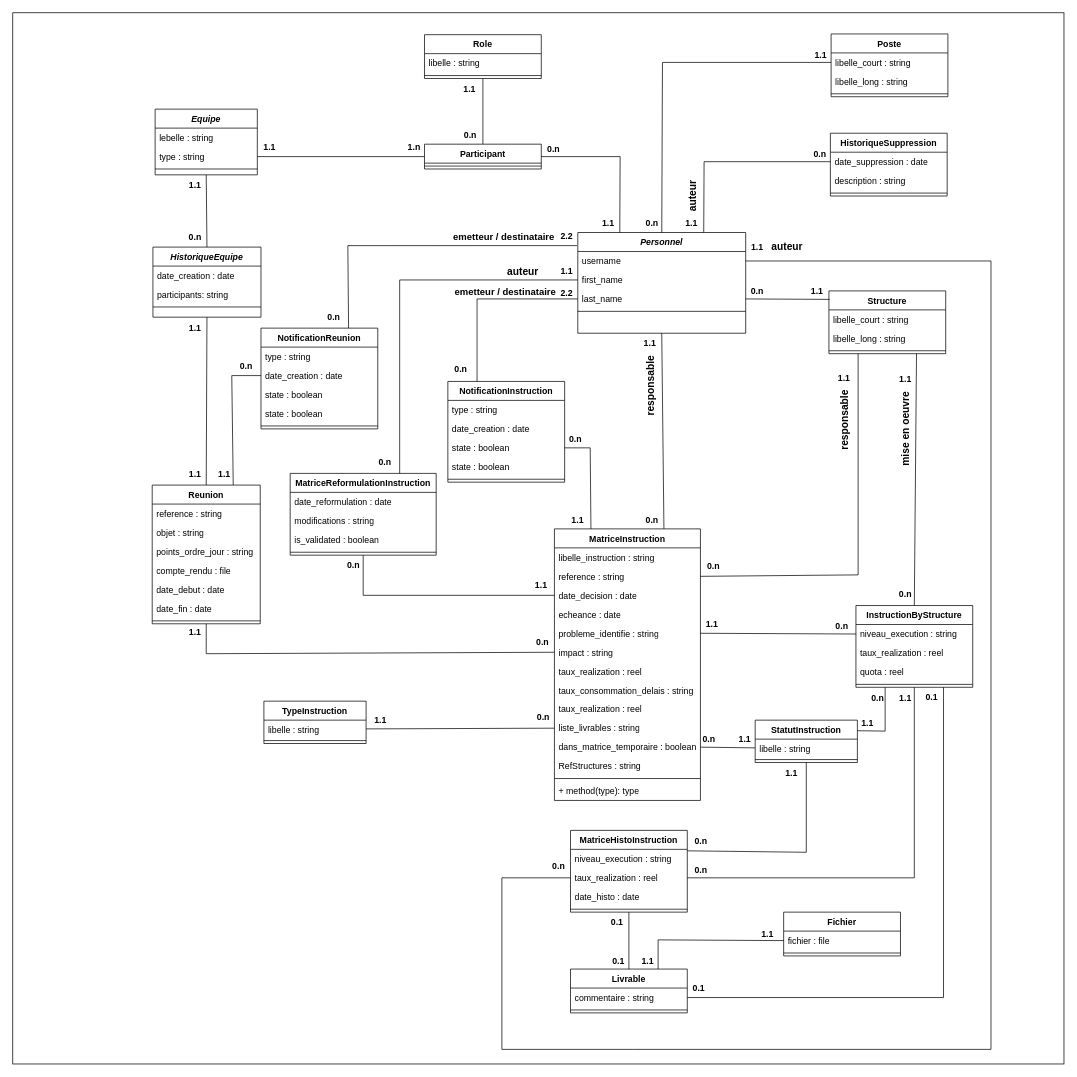
Above: diagramme_classes_technique.drawio in CabrelFeukeng/pp (draw.io), before the change. Source tidied: cells renumbered, new cells numbered last; positions are measured from the earlier drawing's top-left corner, leaving out a move shared by most shapes. Both pictures are drawn from the tidied source at 73%, with x=0, y=0 at pixel (12, 12).
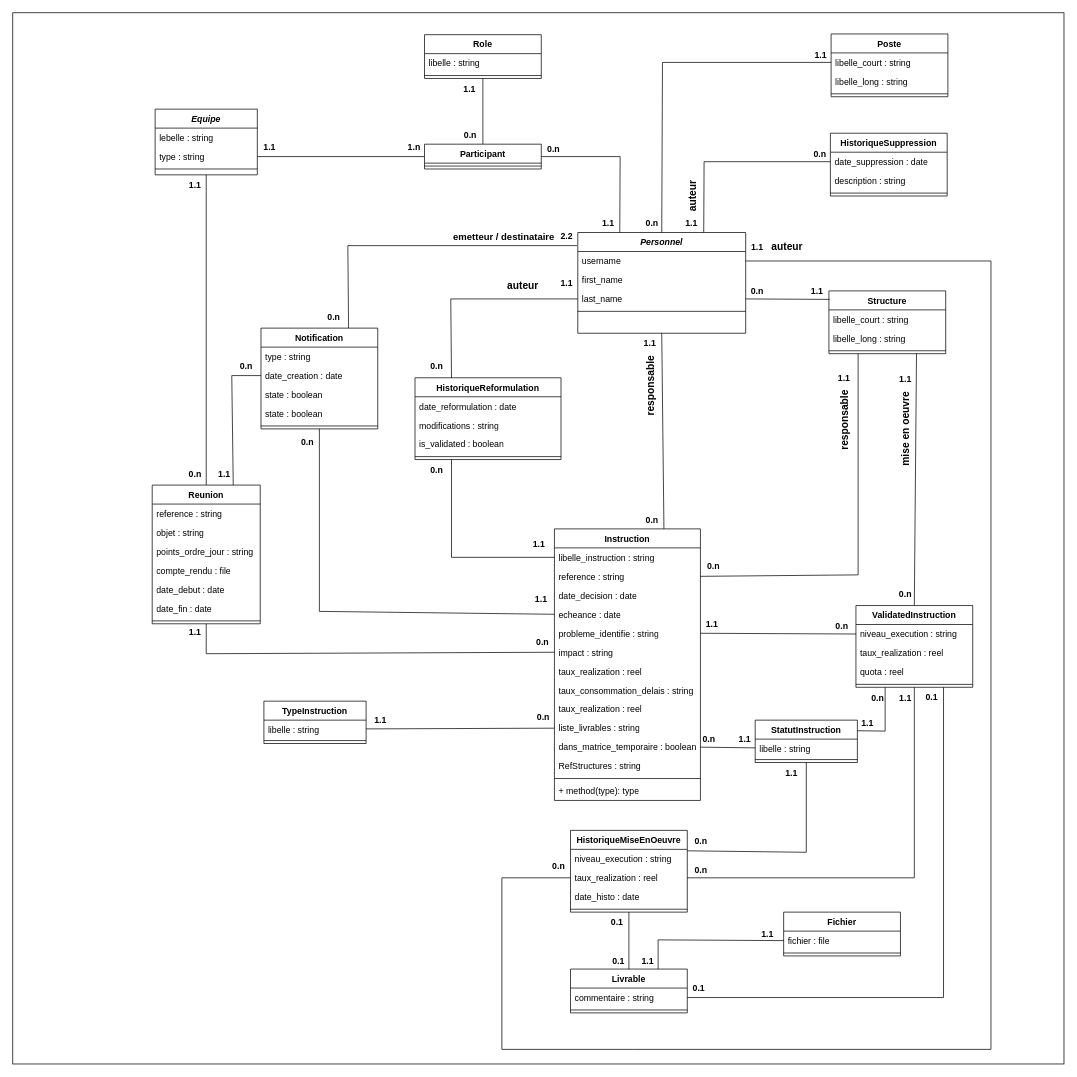
After the change.

Commit message (it also covers changes not shown here):
Mettre à jour diagramme_classes_technique.drawio

Unchanged cells that the change refers to:
```xml
<mxCell id="5" value="first_name" style="text;align=left;verticalAlign=top;spacingLeft=4;spacingRight=4;overflow=hidden;points=[[0,0.5],[1,0.5]];portConstraint=eastwest;rounded=0;shadow=0;html=0;" parent="3" vertex="1">
  <mxGeometry y="52" width="230" height="26" as="geometry" />
</mxCell>
<mxCell id="6" value="last_name" style="text;align=left;verticalAlign=top;spacingLeft=4;spacingRight=4;overflow=hidden;points=[[0,0.5],[1,0.5]];portConstraint=eastwest;rounded=0;shadow=0;html=0;" parent="3" vertex="1">
  <mxGeometry y="78" width="230" height="26" as="geometry" />
</mxCell>
<mxCell id="8" value="Equipe" style="swimlane;fontStyle=3;align=center;verticalAlign=top;horizontal=1;startSize=26;rounded=0;shadow=0;strokeWidth=1;" parent="1" vertex="1">
  <mxGeometry x="195" y="132" width="140" height="90" as="geometry" />
</mxCell>
<mxCell id="16" value="Reunion" style="swimlane;fontStyle=1;align=center;verticalAlign=top;horizontal=1;startSize=26;whiteSpace=wrap;html=1;" parent="1" vertex="1">
  <mxGeometry x="191" y="647" width="148" height="190" as="geometry" />
</mxCell>
<mxCell id="48" value="libelle_instruction : string" style="text;strokeColor=none;fillColor=none;align=left;verticalAlign=top;spacingLeft=4;spacingRight=4;overflow=hidden;points=[[0,0.5],[1,0.5]];portConstraint=eastwest;whiteSpace=wrap;html=1;" parent="47" vertex="1">
  <mxGeometry y="26" width="200" height="26" as="geometry" />
</mxCell>
<mxCell id="50" value="date_decision : date" style="text;strokeColor=none;fillColor=none;align=left;verticalAlign=top;spacingLeft=4;spacingRight=4;overflow=hidden;points=[[0,0.5],[1,0.5]];portConstraint=eastwest;whiteSpace=wrap;html=1;" parent="47" vertex="1">
  <mxGeometry y="78" width="200" height="26" as="geometry" />
</mxCell>
<mxCell id="51" value="echeance : date" style="text;strokeColor=none;fillColor=none;align=left;verticalAlign=top;spacingLeft=4;spacingRight=4;overflow=hidden;points=[[0,0.5],[1,0.5]];portConstraint=eastwest;whiteSpace=wrap;html=1;" parent="47" vertex="1">
  <mxGeometry y="104" width="200" height="26" as="geometry" />
</mxCell>
```

What changed in the source:
```diff
@@
-    <mxCell id="12" value="HistoriqueEquipe" style="swimlane;fontStyle=3;align=center;verticalAlign=top;horizontal=1;startSize=26;rounded=0;shadow=0;strokeWidth=1;" parent="1" vertex="1">
-      <mxGeometry x="192" y="321" width="148" height="96" as="geometry" />
-    </mxCell>
-    <mxCell id="13" value="date_creation : date" style="text;align=left;verticalAlign=top;spacingLeft=4;spacingRight=4;overflow=hidden;" parent="12" vertex="1">
-      <mxGeometry y="26" width="148" height="26" as="geometry" />
-    </mxCell>
-    <mxCell id="14" value="participants: string" style="text;align=left;verticalAlign=top;spacingLeft=4;spacingRight=4;overflow=hidden;rounded=0;shadow=0;html=0;" parent="12" vertex="1">
-      <mxGeometry y="52" width="148" height="26" as="geometry" />
-    </mxCell>
-    <mxCell id="15" style="line;html=1;strokeWidth=1;align=left;verticalAlign=middle;spacingTop=-1;spacingLeft=3;spacingRight=3;labelPosition=right;" parent="12" vertex="1">
-      <mxGeometry y="78" width="148" height="8" as="geometry" />
-    </mxCell>
@@
-    <mxCell id="30" value="NotificationReunion" style="swimlane;fontStyle=1;align=center;verticalAlign=top;horizontal=1;startSize=26;whiteSpace=wrap;html=1;" parent="1" vertex="1">
+    <mxCell id="30" value="Notification" style="swimlane;fontStyle=1;align=center;verticalAlign=top;horizontal=1;startSize=26;whiteSpace=wrap;html=1;" parent="1" vertex="1">
       <mxGeometry x="340" y="432" width="160" height="138" as="geometry" />
     </mxCell>
@@
-    <mxCell id="36" value="NotificationInstruction" style="swimlane;fontStyle=1;align=center;verticalAlign=top;horizontal=1;startSize=26;whiteSpace=wrap;html=1;" parent="1" vertex="1">
-      <mxGeometry x="596" y="505" width="160" height="138" as="geometry" />
-    </mxCell>
-    <mxCell id="37" value="type : string" style="text;strokeColor=none;fillColor=none;align=left;verticalAlign=top;spacingLeft=4;spacingRight=4;overflow=hidden;whiteSpace=wrap;html=1;" parent="36" vertex="1">
-      <mxGeometry y="26" width="160" height="26" as="geometry" />
-    </mxCell>
-    <mxCell id="38" value="date_creation : date" style="text;strokeColor=none;fillColor=none;align=left;verticalAlign=top;spacingLeft=4;spacingRight=4;overflow=hidden;whiteSpace=wrap;html=1;" parent="36" vertex="1">
-      <mxGeometry y="52" width="160" height="26" as="geometry" />
-    </mxCell>
-    <mxCell id="39" value="state : boolean" style="text;strokeColor=none;fillColor=none;align=left;verticalAlign=top;spacingLeft=4;spacingRight=4;overflow=hidden;points=[[0,0.5],[1,0.5]];portConstraint=eastwest;whiteSpace=wrap;html=1;" parent="36" vertex="1">
-      <mxGeometry y="78" width="160" height="26" as="geometry" />
-    </mxCell>
-    <mxCell id="40" value="state : boolean" style="text;strokeColor=none;fillColor=none;align=left;verticalAlign=top;spacingLeft=4;spacingRight=4;overflow=hidden;whiteSpace=wrap;html=1;" parent="36" vertex="1">
-      <mxGeometry y="104" width="160" height="26" as="geometry" />
-    </mxCell>
-    <mxCell id="41" style="line;strokeWidth=1;fillColor=none;align=left;verticalAlign=middle;spacingTop=-1;spacingLeft=3;spacingRight=3;labelPosition=right;strokeColor=inherit;" parent="36" vertex="1">
-      <mxGeometry y="130" width="160" height="8" as="geometry" />
-    </mxCell>
-    <mxCell id="42" value="MatriceReformulationInstruction" style="swimlane;fontStyle=1;align=center;verticalAlign=top;horizontal=1;startSize=26;whiteSpace=wrap;html=1;" parent="1" vertex="1">
-      <mxGeometry x="380" y="631" width="200" height="112" as="geometry" />
+    <mxCell id="42" value="HistoriqueReformulation" style="swimlane;fontStyle=1;align=center;verticalAlign=top;horizontal=1;startSize=26;whiteSpace=wrap;html=1;" parent="1" vertex="1">
+      <mxGeometry x="551" y="500" width="200" height="112" as="geometry" />
     </mxCell>
@@
-    <mxCell id="47" value="MatriceInstruction" style="swimlane;fontStyle=1;align=center;verticalAlign=top;horizontal=1;startSize=26;whiteSpace=wrap;html=1;" parent="1" vertex="1">
+    <mxCell id="47" value="Instruction" style="swimlane;fontStyle=1;align=center;verticalAlign=top;horizontal=1;startSize=26;whiteSpace=wrap;html=1;" parent="1" vertex="1">
       <mxGeometry x="742" y="707" width="200" height="372" as="geometry" />
     </mxCell>
@@
-    <mxCell id="62" value="MatriceHistoInstruction" style="swimlane;fontStyle=1;align=center;verticalAlign=top;horizontal=1;startSize=26;whiteSpace=wrap;html=1;" parent="1" vertex="1">
+    <mxCell id="62" value="HistoriqueMiseEnOeuvre" style="swimlane;fontStyle=1;align=center;verticalAlign=top;horizontal=1;startSize=26;whiteSpace=wrap;html=1;" parent="1" vertex="1">
       <mxGeometry x="764" y="1120" width="160" height="112" as="geometry" />
     </mxCell>
@@
-    <mxCell id="67" value="InstructionByStructure" style="swimlane;fontStyle=1;align=center;verticalAlign=top;horizontal=1;startSize=26;whiteSpace=wrap;html=1;" parent="1" vertex="1">
+    <mxCell id="67" value="ValidatedInstruction" style="swimlane;fontStyle=1;align=center;verticalAlign=top;horizontal=1;startSize=26;whiteSpace=wrap;html=1;" parent="1" vertex="1">
       <mxGeometry x="1155" y="812" width="160" height="112" as="geometry" />
     </mxCell>
@@
-    <mxCell id="95" style="endArrow=none;html=1;rounded=0;entryX=0.5;entryY=1;entryDx=0;entryDy=0;exitX=0.5;exitY=0;exitDx=0;exitDy=0;" parent="1" edge="1" source="12" target="8">
+    <mxCell id="95" style="endArrow=none;html=1;rounded=0;entryX=0.5;entryY=1;entryDx=0;entryDy=0;" parent="1" edge="1" source="16" target="8">
       <mxGeometry relative="1" as="geometry" />
     </mxCell>
-    <mxCell id="96" style="endArrow=none;html=1;rounded=0;entryX=0.5;entryY=1;entryDx=0;entryDy=0;exitX=0.5;exitY=0;exitDx=0;exitDy=0;" parent="1" edge="1" source="16" target="12">
-      <mxGeometry relative="1" as="geometry" />
-    </mxCell>
@@
-    <mxCell id="98" style="endArrow=none;html=1;rounded=0;entryX=0.5;entryY=1;entryDx=0;entryDy=0;exitX=0;exitY=0.5;exitDx=0;exitDy=0;" parent="1" edge="1" source="50" target="42">
-      <mxGeometry relative="1" as="geometry">
-        <Array as="points">
-          <mxPoint x="480" y="798" />
-        </Array>
-      </mxGeometry>
-    </mxCell>
@@
-    <mxCell id="100" style="endArrow=none;html=1;rounded=0;exitX=0.75;exitY=0;exitDx=0;exitDy=0;entryX=0;entryY=0.5;entryDx=0;entryDy=0;" parent="1" edge="1" source="42" target="5">
-      <mxGeometry relative="1" as="geometry">
-        <Array as="points">
-          <mxPoint x="530" y="366" />
-        </Array>
-      </mxGeometry>
-    </mxCell>
-    <mxCell id="101" style="endArrow=none;html=1;rounded=0;exitX=0.25;exitY=0;exitDx=0;exitDy=0;" parent="1" edge="1" source="36">
-      <mxGeometry relative="1" as="geometry">
-        <mxPoint x="774" y="392" as="targetPoint" />
-        <Array as="points">
-          <mxPoint x="636" y="392" />
-        </Array>
-      </mxGeometry>
-    </mxCell>
-    <mxCell id="102" style="endArrow=none;html=1;rounded=0;exitX=0.25;exitY=0;exitDx=0;exitDy=0;entryX=1;entryY=0.5;entryDx=0;entryDy=0;" parent="1" edge="1" source="47" target="39">
-      <mxGeometry relative="1" as="geometry">
-        <Array as="points">
-          <mxPoint x="791" y="596" />
-        </Array>
-      </mxGeometry>
-    </mxCell>
@@
     <mxCell id="122" value="&lt;b&gt;0.n&lt;/b&gt;" style="text;html=1;align=center;verticalAlign=middle;whiteSpace=wrap;rounded=0;" parent="1" vertex="1">
-      <mxGeometry x="220" y="293" width="60" height="30" as="geometry" />
+      <mxGeometry x="220" y="618" width="60" height="30" as="geometry" />
     </mxCell>
@@
-    <mxCell id="124" value="&lt;b&gt;1.1&lt;/b&gt;" style="text;html=1;align=center;verticalAlign=middle;whiteSpace=wrap;rounded=0;" parent="1" vertex="1">
-      <mxGeometry x="220" y="617" width="60" height="30" as="geometry" />
-    </mxCell>
@@
-    <mxCell id="126" value="&lt;b&gt;1.1&lt;/b&gt;" style="text;html=1;align=center;verticalAlign=middle;whiteSpace=wrap;rounded=0;" parent="1" vertex="1">
-      <mxGeometry x="220" y="417" width="60" height="30" as="geometry" />
-    </mxCell>
@@
-    <mxCell id="132" value="&lt;b&gt;2.2&lt;/b&gt;" style="text;html=1;align=center;verticalAlign=middle;whiteSpace=wrap;rounded=0;" parent="1" vertex="1">
-      <mxGeometry x="729" y="370" width="60" height="30" as="geometry" />
-    </mxCell>
@@
     <mxCell id="135" value="&lt;b&gt;1.1&lt;/b&gt;" style="text;html=1;align=center;verticalAlign=middle;whiteSpace=wrap;rounded=0;" parent="1" vertex="1">
-      <mxGeometry x="729" y="340" width="60" height="30" as="geometry" />
+      <mxGeometry x="729" y="356" width="60" height="30" as="geometry" />
     </mxCell>
@@
     <mxCell id="139" value="&lt;b&gt;0.n&lt;/b&gt;" style="text;html=1;align=center;verticalAlign=middle;whiteSpace=wrap;rounded=0;" parent="1" vertex="1">
-      <mxGeometry x="480" y="601" width="60" height="30" as="geometry" />
+      <mxGeometry x="551" y="470" width="60" height="30" as="geometry" />
     </mxCell>
-    <mxCell id="140" value="&lt;b&gt;0.n&lt;/b&gt;" style="text;html=1;align=center;verticalAlign=middle;whiteSpace=wrap;rounded=0;" parent="1" vertex="1">
-      <mxGeometry x="584" y="474" width="60" height="30" as="geometry" />
-    </mxCell>
@@
     <mxCell id="145" value="&lt;b&gt;1.1&lt;/b&gt;" style="text;html=1;align=center;verticalAlign=middle;whiteSpace=wrap;rounded=0;" parent="1" vertex="1">
-      <mxGeometry x="744" y="680" width="60" height="30" as="geometry" />
+      <mxGeometry x="691" y="713" width="60" height="30" as="geometry" />
     </mxCell>
-    <mxCell id="146" value="&lt;b&gt;0.n&lt;/b&gt;" style="text;html=1;align=center;verticalAlign=middle;whiteSpace=wrap;rounded=0;" parent="1" vertex="1">
-      <mxGeometry x="741" y="569" width="60" height="30" as="geometry" />
-    </mxCell>
     <mxCell id="147" value="&lt;b&gt;1.1&lt;/b&gt;" style="text;html=1;align=center;verticalAlign=middle;whiteSpace=wrap;rounded=0;" parent="1" vertex="1">
-      <mxGeometry x="694" y="769" width="60" height="30" as="geometry" />
+      <mxGeometry x="694" y="788" width="60" height="30" as="geometry" />
     </mxCell>
     <mxCell id="148" value="&lt;b&gt;0.n&lt;/b&gt;" style="text;html=1;align=center;verticalAlign=middle;whiteSpace=wrap;rounded=0;" parent="1" vertex="1">
-      <mxGeometry x="437" y="742" width="60" height="30" as="geometry" />
+      <mxGeometry x="374" y="573" width="60" height="30" as="geometry" />
     </mxCell>
@@
-    <mxCell id="177" value="&lt;b&gt;&lt;font style=&quot;font-size: 13px;&quot;&gt;emetteur / destinataire&lt;/font&gt;&lt;/b&gt;" style="text;html=1;align=center;verticalAlign=middle;whiteSpace=wrap;rounded=0;" parent="1" vertex="1">
-      <mxGeometry x="601" y="367" width="148" height="30" as="geometry" />
-    </mxCell>
@@
     <mxCell id="179" value="&lt;b&gt;&lt;font style=&quot;font-size: 14px;&quot;&gt;auteur&lt;/font&gt;&lt;/b&gt;" style="text;html=1;align=center;verticalAlign=middle;whiteSpace=wrap;rounded=0;" parent="1" vertex="1">
-      <mxGeometry x="669" y="340" width="60" height="30" as="geometry" />
+      <mxGeometry x="669" y="359" width="60" height="30" as="geometry" />
     </mxCell>
@@
+    <mxCell id="187" style="endArrow=none;html=1;rounded=0;exitX=0;exitY=0.5;exitDx=0;exitDy=0;entryX=0.5;entryY=1;entryDx=0;entryDy=0;" parent="1" edge="1" source="51" target="30">
+      <mxGeometry relative="1" as="geometry">
+        <Array as="points">
+          <mxPoint x="420" y="820" />
+        </Array>
+      </mxGeometry>
+    </mxCell>
+    <mxCell id="188" style="endArrow=none;html=1;rounded=0;entryX=0;entryY=0.5;entryDx=0;entryDy=0;exitX=0.25;exitY=0;exitDx=0;exitDy=0;" parent="1" edge="1" source="42" target="6">
+      <mxGeometry relative="1" as="geometry">
+        <Array as="points">
+          <mxPoint x="600" y="392" />
+        </Array>
+      </mxGeometry>
+    </mxCell>
+    <mxCell id="189" style="endArrow=none;html=1;rounded=0;entryX=0.25;entryY=1;entryDx=0;entryDy=0;exitX=0;exitY=0.5;exitDx=0;exitDy=0;" parent="1" edge="1" source="48" target="42">
+      <mxGeometry relative="1" as="geometry">
+        <Array as="points">
+          <mxPoint x="601" y="746" />
+        </Array>
+      </mxGeometry>
+    </mxCell>
+    <mxCell id="190" value="&lt;b&gt;0.n&lt;/b&gt;" style="text;html=1;align=center;verticalAlign=middle;whiteSpace=wrap;rounded=0;" parent="1" vertex="1">
+      <mxGeometry x="551" y="612" width="60" height="30" as="geometry" />
+    </mxCell>
```
